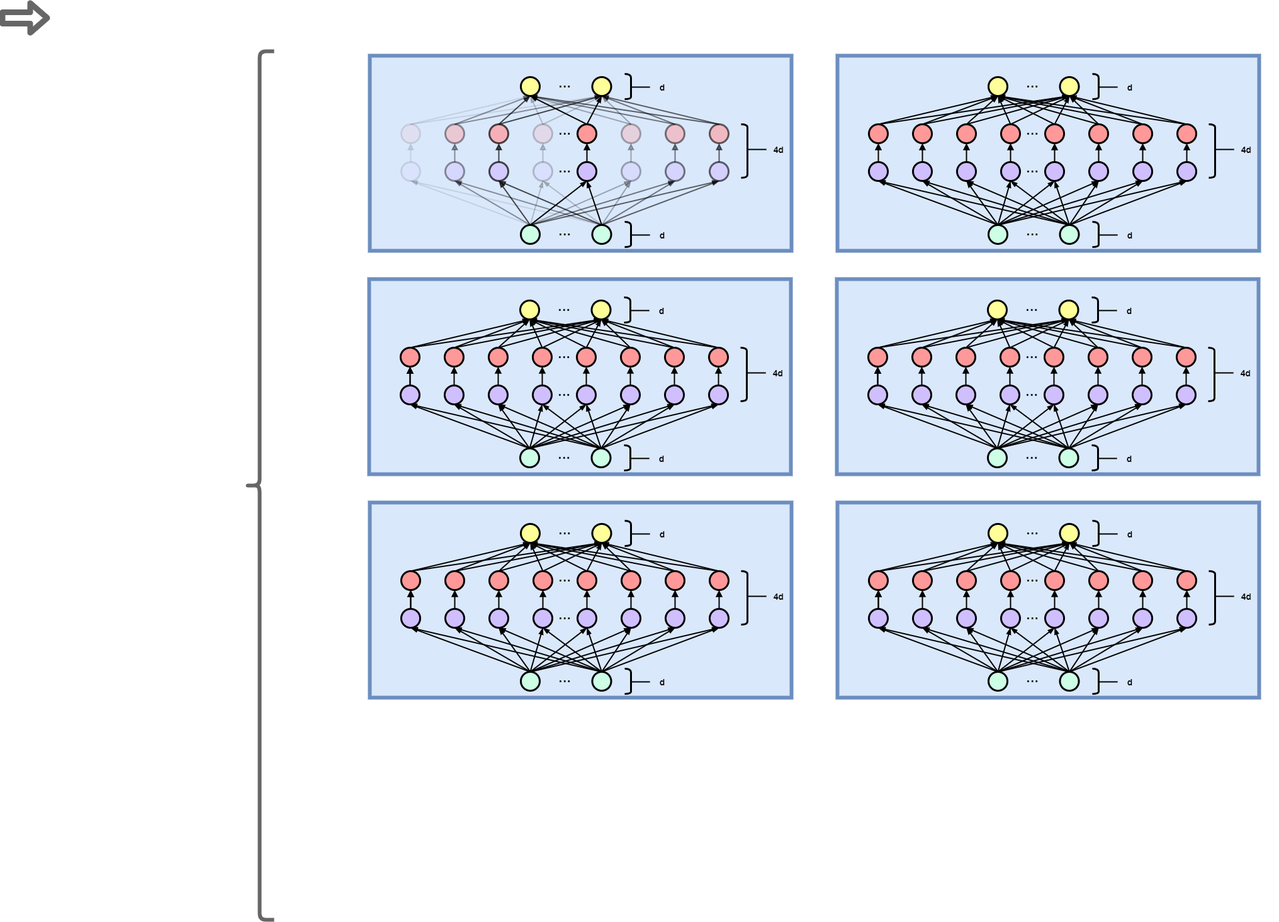
Before: sparsity_training.png, a diagram exported from draw.io (AAAAAAAyq/Personal-Studying). Source tidied: cells renumbered, new cells last; positions are measured from the earlier drawing's top-left corner, leaving out a move shared by most shapes.
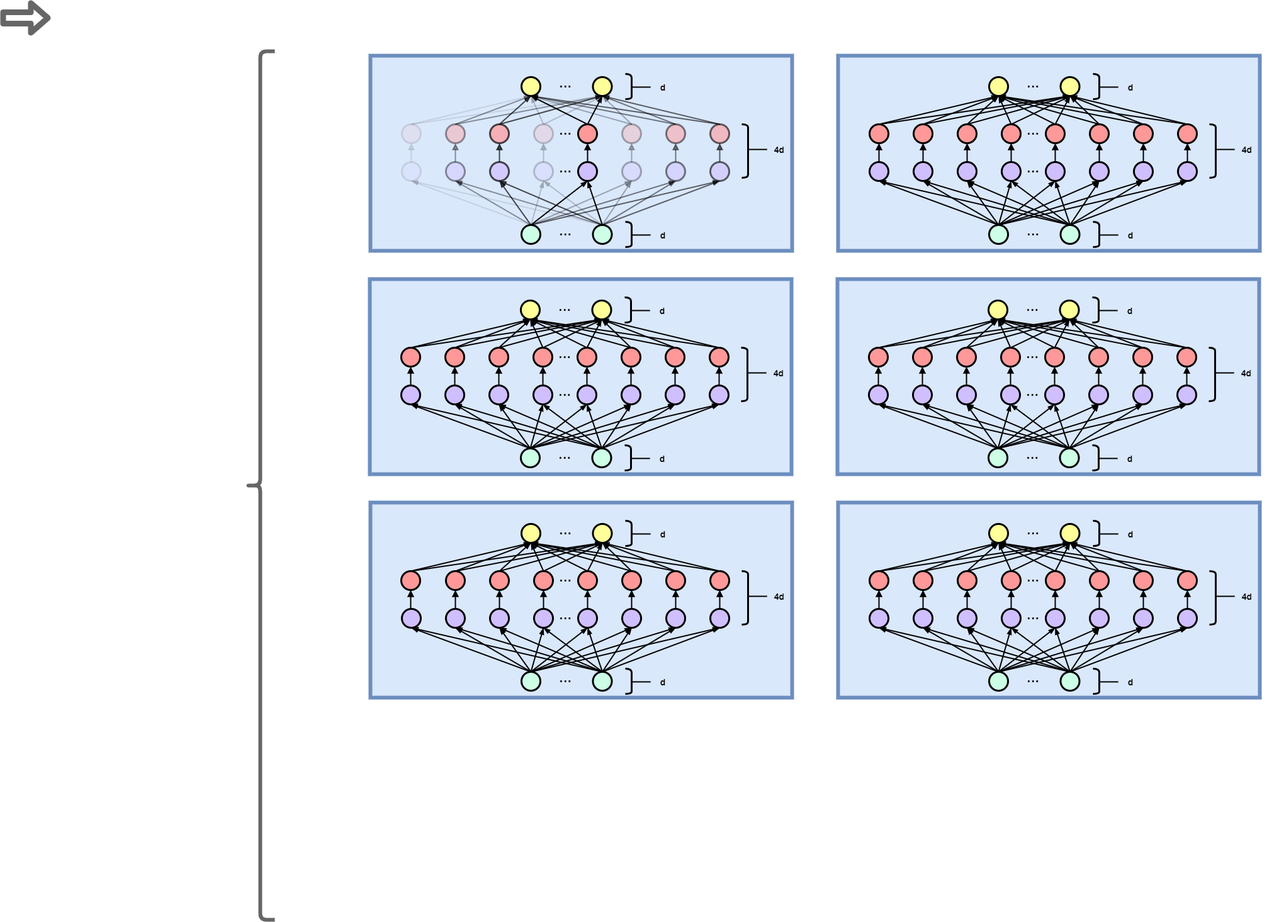
After the change.

What changed in the source:
```diff
@@ -544,12 +544,6 @@
     <mxCell id="151" value="&lt;b&gt;&lt;font style=&quot;font-size: 14px&quot;&gt;d&lt;/font&gt;&lt;/b&gt;" style="text;html=1;strokeColor=none;fillColor=none;align=center;verticalAlign=middle;whiteSpace=wrap;rounded=0;shadow=0;" parent="1" vertex="1">
       <mxGeometry x="1002" y="455" width="100" height="20" as="geometry" />
     </mxCell>
-    <mxCell id="152" style="edgeStyle=orthogonalEdgeStyle;rounded=0;orthogonalLoop=1;jettySize=auto;html=1;exitX=0.5;exitY=0;exitDx=0;exitDy=0;entryX=0.5;entryY=1;entryDx=0;entryDy=0;strokeWidth=2;endArrow=block;endFill=1;" parent="1" edge="1">
-      <mxGeometry relative="1" as="geometry">
-        <mxPoint x="652" y="584" as="sourcePoint" />
-        <mxPoint x="652" y="554" as="targetPoint" />
-      </mxGeometry>
-    </mxCell>
     <mxCell id="153" style="rounded=0;whiteSpace=wrap;html=1;fillColor=#dae8fc;strokeColor=#6c8ebf;strokeWidth=6;" parent="1" vertex="1">
       <mxGeometry x="588" y="770" width="670" height="310" as="geometry" />
     </mxCell>
@@ -668,7 +662,7 @@
       <mxGeometry relative="1" as="geometry" />
     </mxCell>
     <mxCell id="192" style="ellipse;whiteSpace=wrap;html=1;strokeWidth=3;fillColor=#FF9999;" parent="1" vertex="1">
-      <mxGeometry x="638" y="879" width="30" height="30" as="geometry" />
+      <mxGeometry x="637" y="879" width="30" height="30" as="geometry" />
     </mxCell>
     <mxCell id="193" style="edgeStyle=none;rounded=0;jettySize=auto;html=1;exitX=0.5;exitY=0;exitDx=0;exitDy=0;endArrow=blockThin;endFill=1;strokeWidth=2;entryX=0.5;entryY=1;entryDx=0;entryDy=0;" parent="1" edge="1" source="195" target="188">
       <mxGeometry relative="1" as="geometry" />
@@ -815,12 +809,6 @@
     <mxCell id="226" value="&lt;b&gt;&lt;font style=&quot;font-size: 14px&quot;&gt;d&lt;/font&gt;&lt;/b&gt;" style="text;html=1;strokeColor=none;fillColor=none;align=center;verticalAlign=middle;whiteSpace=wrap;rounded=0;shadow=0;" parent="1" vertex="1">
       <mxGeometry x="1003" y="810" width="100" height="20" as="geometry" />
     </mxCell>
-    <mxCell id="227" style="edgeStyle=orthogonalEdgeStyle;rounded=0;orthogonalLoop=1;jettySize=auto;html=1;exitX=0.5;exitY=0;exitDx=0;exitDy=0;entryX=0.5;entryY=1;entryDx=0;entryDy=0;strokeWidth=2;endArrow=block;endFill=1;" parent="1" edge="1">
-      <mxGeometry relative="1" as="geometry">
-        <mxPoint x="653" y="939" as="sourcePoint" />
-        <mxPoint x="653" y="909" as="targetPoint" />
-      </mxGeometry>
-    </mxCell>
     <mxCell id="228" style="rounded=0;whiteSpace=wrap;html=1;fillColor=#dae8fc;strokeColor=#6c8ebf;strokeWidth=6;" parent="1" vertex="1">
       <mxGeometry x="1331" y="770" width="670" height="310" as="geometry" />
     </mxCell>
@@ -1086,12 +1074,6 @@
     <mxCell id="301" value="&lt;b&gt;&lt;font style=&quot;font-size: 14px&quot;&gt;d&lt;/font&gt;&lt;/b&gt;" style="text;html=1;strokeColor=none;fillColor=none;align=center;verticalAlign=middle;whiteSpace=wrap;rounded=0;shadow=0;" parent="1" vertex="1">
       <mxGeometry x="1746" y="810" width="100" height="20" as="geometry" />
     </mxCell>
-    <mxCell id="302" style="edgeStyle=orthogonalEdgeStyle;rounded=0;orthogonalLoop=1;jettySize=auto;html=1;exitX=0.5;exitY=0;exitDx=0;exitDy=0;entryX=0.5;entryY=1;entryDx=0;entryDy=0;strokeWidth=2;endArrow=block;endFill=1;" parent="1" edge="1">
-      <mxGeometry relative="1" as="geometry">
-        <mxPoint x="1396" y="939" as="sourcePoint" />
-        <mxPoint x="1396" y="909" as="targetPoint" />
-      </mxGeometry>
-    </mxCell>
     <mxCell id="303" style="rounded=0;whiteSpace=wrap;html=1;fillColor=#dae8fc;strokeColor=#6c8ebf;strokeWidth=6;" parent="1" vertex="1">
       <mxGeometry x="1331" y="60" width="670" height="310" as="geometry" />
     </mxCell>
@@ -1625,11 +1607,5 @@
     <mxCell id="450" value="&lt;b&gt;&lt;font style=&quot;font-size: 14px&quot;&gt;d&lt;/font&gt;&lt;/b&gt;" style="text;html=1;strokeColor=none;fillColor=none;align=center;verticalAlign=middle;whiteSpace=wrap;rounded=0;shadow=0;" parent="1" vertex="1">
       <mxGeometry x="1745" y="455" width="100" height="20" as="geometry" />
     </mxCell>
-    <mxCell id="451" style="edgeStyle=orthogonalEdgeStyle;rounded=0;orthogonalLoop=1;jettySize=auto;html=1;exitX=0.5;exitY=0;exitDx=0;exitDy=0;entryX=0.5;entryY=1;entryDx=0;entryDy=0;strokeWidth=2;endArrow=block;endFill=1;" parent="1" edge="1">
-      <mxGeometry relative="1" as="geometry">
-        <mxPoint x="1395" y="584" as="sourcePoint" />
-        <mxPoint x="1395" y="554" as="targetPoint" />
-      </mxGeometry>
-    </mxCell>
   </root>
 </mxGraphModel>
```
